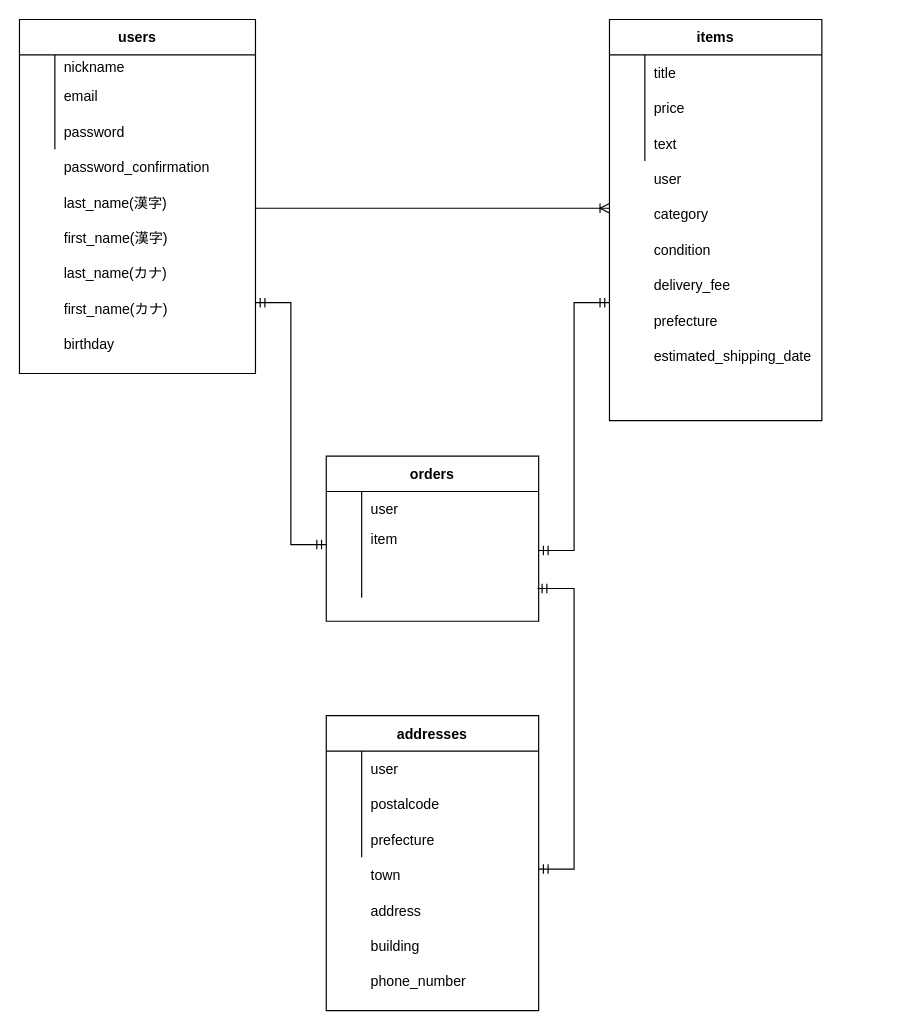
Above: furima.dio in tsuyoki1124/furima-34005 (draw.io), before the change. Source tidied: cells renumbered, new cells numbered last; positions are measured from the earlier drawing's top-left corner, leaving out a move shared by most shapes. Both pictures are drawn from the tidied source at 118%, with x=0, y=0 at pixel (19, 19).
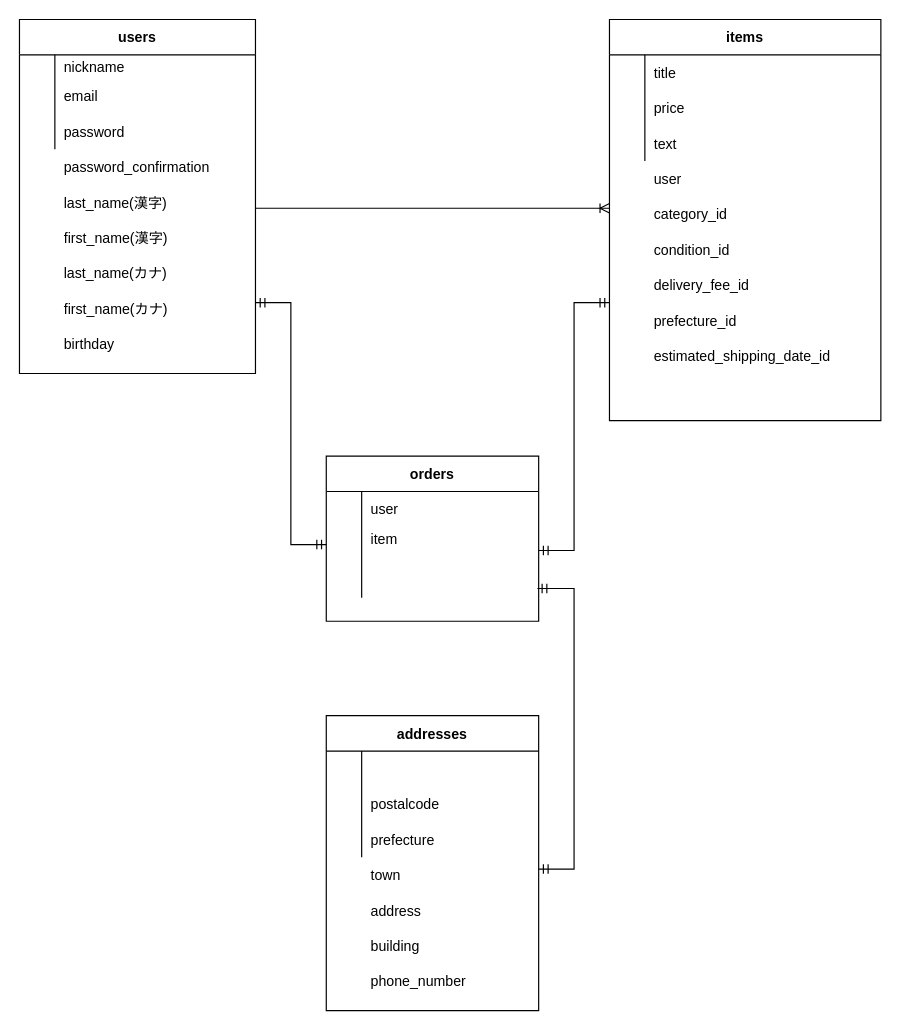
The same diagram, later.

The change refers to these unchanged cells:
```xml
<mxCell id="51" style="shape=partialRectangle;fillColor=none;top=0;left=0;bottom=0;right=0;" parent="50" vertex="1">
  <mxGeometry y="30" width="180" height="30" as="geometry" />
</mxCell>
```

What changed in the source:
```diff
@@
     <mxCell id="20" style="group;" parent="1" vertex="1">
-      <mxGeometry x="500" width="180" height="340" as="geometry" />
+      <mxGeometry x="500" width="230" height="340" as="geometry" />
     </mxCell>
     <mxCell id="21" value="items" style="shape=table;startSize=30;childLayout=tableLayout;rowLines=0;fontStyle=1;align=center;" parent="20" vertex="1">
-      <mxGeometry width="180" height="340" as="geometry" />
+      <mxGeometry width="230" height="340" as="geometry" />
     </mxCell>
     <mxCell id="22" style="shape=partialRectangle;fillColor=none;top=0;left=0;bottom=0;right=0;" parent="21" vertex="1">
-      <mxGeometry y="30" width="180" height="30" as="geometry" />
+      <mxGeometry y="30" width="230" height="30" as="geometry" />
     </mxCell>
@@
     <mxCell id="24" value="title" style="shape=partialRectangle;fillColor=none;top=0;left=0;bottom=0;right=0;align=left;spacingLeft=6;overflow=hidden;" parent="22" vertex="1">
-      <mxGeometry x="30" width="150" height="30" as="geometry" />
+      <mxGeometry x="30" width="200" height="30" as="geometry" />
     </mxCell>
     <mxCell id="25" style="shape=partialRectangle;fillColor=none;top=0;left=0;bottom=0;right=0;" parent="21" vertex="1">
-      <mxGeometry y="60" width="180" height="30" as="geometry" />
+      <mxGeometry y="60" width="230" height="30" as="geometry" />
     </mxCell>
@@
     <mxCell id="27" value="price" style="shape=partialRectangle;fillColor=none;top=0;left=0;bottom=0;right=0;align=left;spacingLeft=6;overflow=hidden;" parent="25" vertex="1">
-      <mxGeometry x="30" width="150" height="30" as="geometry" />
+      <mxGeometry x="30" width="200" height="30" as="geometry" />
     </mxCell>
     <mxCell id="28" style="shape=partialRectangle;fillColor=none;top=0;left=0;bottom=0;right=0;" parent="21" vertex="1">
-      <mxGeometry y="90" width="180" height="30" as="geometry" />
+      <mxGeometry y="90" width="230" height="30" as="geometry" />
     </mxCell>
@@
     <mxCell id="30" value="text" style="shape=partialRectangle;fillColor=none;top=0;left=0;bottom=0;right=0;align=left;spacingLeft=6;overflow=hidden;" parent="28" vertex="1">
-      <mxGeometry x="30" width="150" height="30" as="geometry" />
+      <mxGeometry x="30" width="200" height="30" as="geometry" />
     </mxCell>
-    <mxCell id="31" value="condition" style="shape=partialRectangle;fillColor=none;top=0;left=0;bottom=0;right=0;align=left;spacingLeft=6;overflow=hidden;" parent="20" vertex="1">
+    <mxCell id="31" value="condition_id" style="shape=partialRectangle;fillColor=none;top=0;left=0;bottom=0;right=0;align=left;spacingLeft=6;overflow=hidden;" parent="20" vertex="1">
       <mxGeometry x="30" y="180" width="150" height="30" as="geometry" />
     </mxCell>
-    <mxCell id="32" value="delivery_fee" style="shape=partialRectangle;fillColor=none;top=0;left=0;bottom=0;right=0;align=left;spacingLeft=6;overflow=hidden;" parent="20" vertex="1">
+    <mxCell id="32" value="delivery_fee_id" style="shape=partialRectangle;fillColor=none;top=0;left=0;bottom=0;right=0;align=left;spacingLeft=6;overflow=hidden;" parent="20" vertex="1">
       <mxGeometry x="30" y="210" width="150" height="30" as="geometry" />
     </mxCell>
-    <mxCell id="33" value="prefecture" style="shape=partialRectangle;fillColor=none;top=0;left=0;bottom=0;right=0;align=left;spacingLeft=6;overflow=hidden;" parent="20" vertex="1">
+    <mxCell id="33" value="prefecture_id" style="shape=partialRectangle;fillColor=none;top=0;left=0;bottom=0;right=0;align=left;spacingLeft=6;overflow=hidden;" parent="20" vertex="1">
       <mxGeometry x="30" y="240" width="150" height="30" as="geometry" />
     </mxCell>
-    <mxCell id="34" value="category" style="shape=partialRectangle;fillColor=none;top=0;left=0;bottom=0;right=0;align=left;spacingLeft=6;overflow=hidden;" parent="20" vertex="1">
+    <mxCell id="34" value="category_id" style="shape=partialRectangle;fillColor=none;top=0;left=0;bottom=0;right=0;align=left;spacingLeft=6;overflow=hidden;" parent="20" vertex="1">
       <mxGeometry x="30" y="150" width="150" height="30" as="geometry" />
     </mxCell>
@@
-    <mxCell id="38" value="estimated_shipping_date" style="shape=partialRectangle;fillColor=none;top=0;left=0;bottom=0;right=0;align=left;spacingLeft=6;overflow=hidden;" parent="20" vertex="1">
-      <mxGeometry x="30" y="270" width="150" height="30" as="geometry" />
+    <mxCell id="38" value="estimated_shipping_date_id" style="shape=partialRectangle;fillColor=none;top=0;left=0;bottom=0;right=0;align=left;spacingLeft=6;overflow=hidden;" parent="20" vertex="1">
+      <mxGeometry x="30" y="270" width="170" height="30" as="geometry" />
     </mxCell>
@@
-    <mxCell id="53" value="user" style="shape=partialRectangle;fillColor=none;top=0;left=0;bottom=0;right=0;align=left;spacingLeft=6;overflow=hidden;" parent="51" vertex="1">
+    <mxCell id="53" style="shape=partialRectangle;fillColor=none;top=0;left=0;bottom=0;right=0;align=left;spacingLeft=6;overflow=hidden;" parent="51" vertex="1">
       <mxGeometry x="30" width="150" height="30" as="geometry" />
     </mxCell>
```
